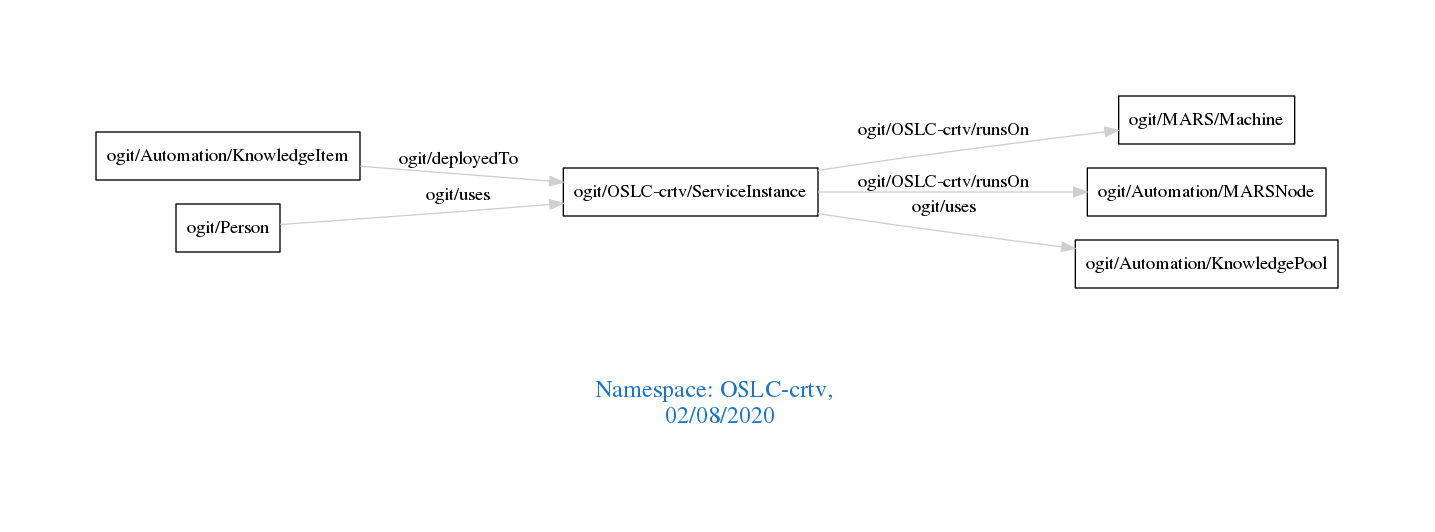
arago/OGIT keeps this Graphviz diagram as downloads/OSLC-crtv.png. Above is the earlier version. Its source is kept beside it as downloads/OSLC-crtv.dot.
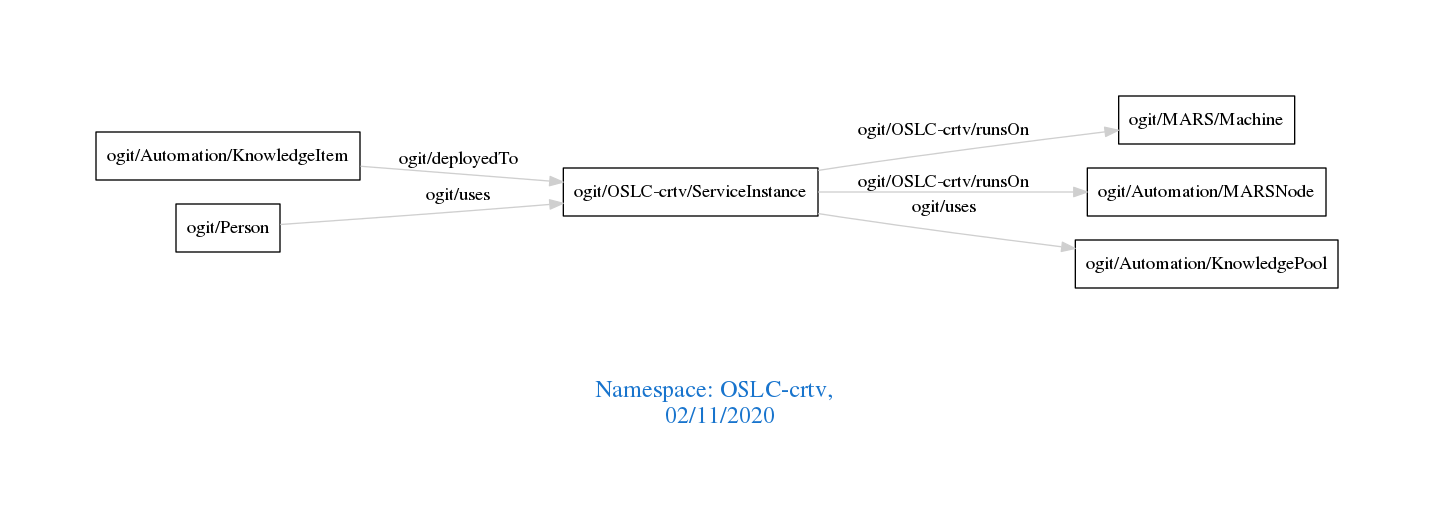
Later version of the same file.

What changed in the source:
```diff
@@ -1,7 +1,7 @@
 digraph OGIT_ontology {
  graph [ rankdir= LR,pad=1
 fontsize = 18,
-fontcolor= dodgerblue3,label = "\n\n\nNamespace: OSLC-crtv, \n 02/08/2020"];
+fontcolor= dodgerblue3,label = "\n\n\nNamespace: OSLC-crtv, \n 02/11/2020"];
 node[shape=polygon];
 edge [  color="gray81"];
 
```
